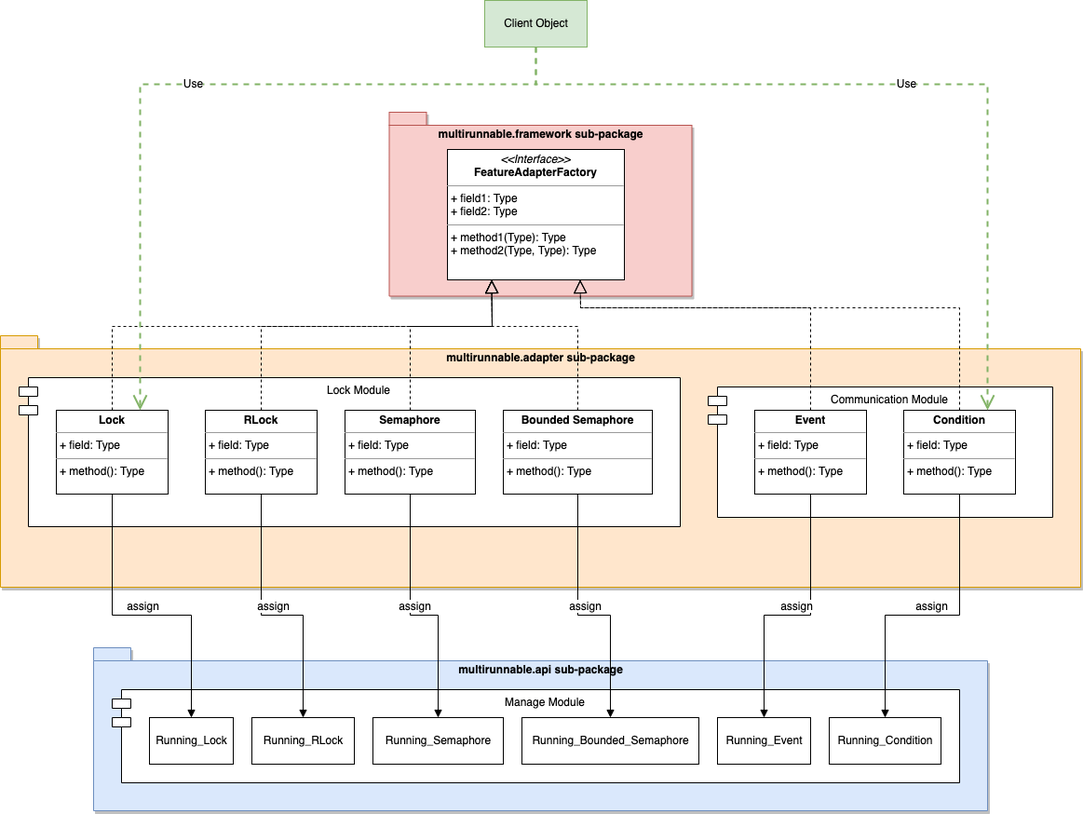
The draw.io diagram docs/multirunnable/images/architectures/MultiRunnable-Synchronization(Adapter).png in Chisanan232/multirunnable, before a commit. Source tidied: cells renumbered, new cells last; positions are measured from the earlier drawing's top-left corner, leaving out a move shared by most shapes.
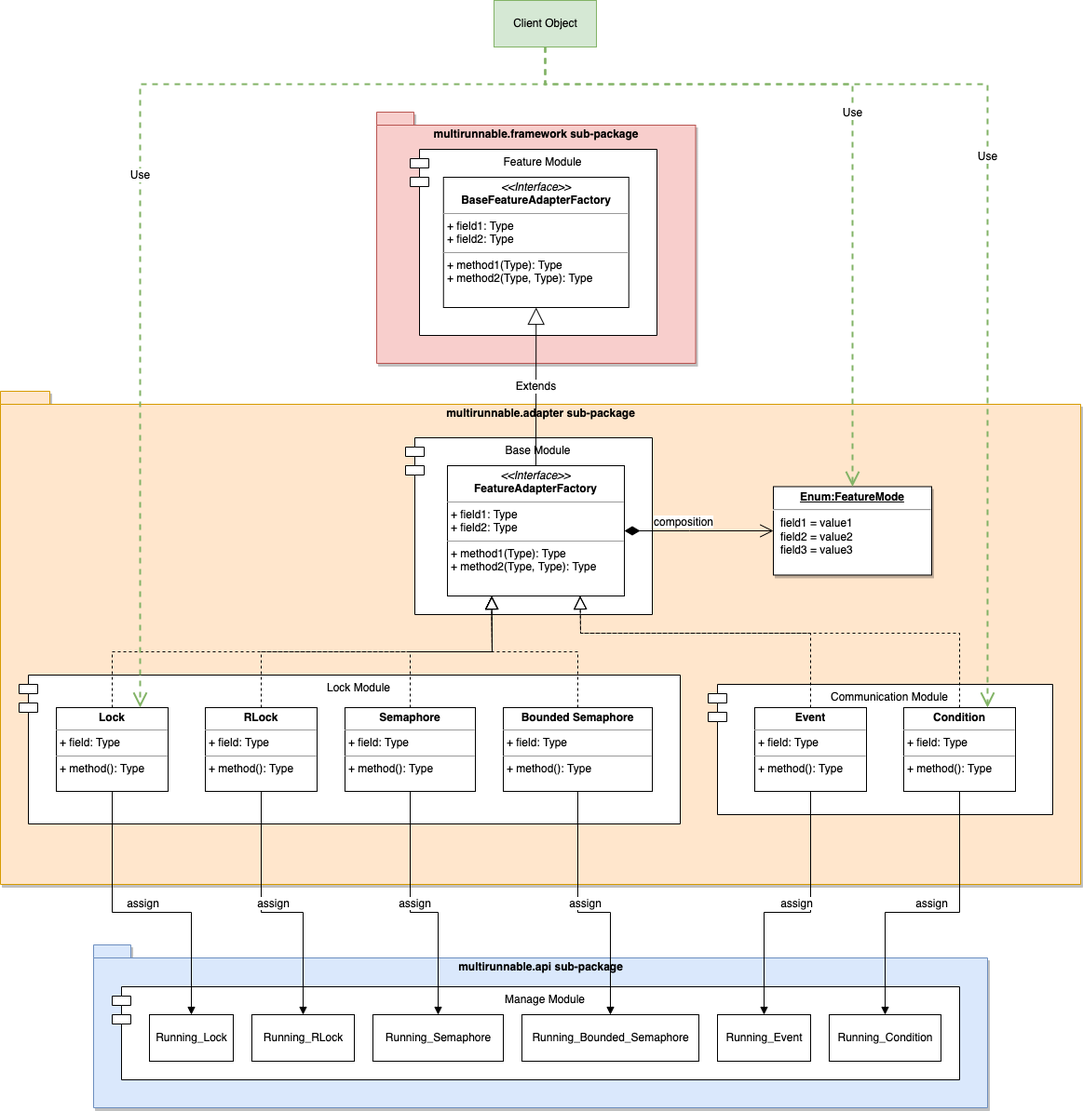
The same file after the commit.

Commit message:
Update UML of sychronization. [skip ci]

Change to the diagram source:
```diff
@@ -2,12 +2,12 @@
   <root>
     <mxCell id="0" />
     <mxCell id="1" parent="0" />
-    <mxCell id="2" value="multirunnable.framework sub-package" style="shape=folder;fontStyle=1;spacingTop=10;tabWidth=40;tabHeight=14;tabPosition=left;html=1;fontSize=12;shadow=1;sketch=0;verticalAlign=top;fillColor=#f8cecc;strokeColor=#b85450;" parent="1" vertex="1">
-      <mxGeometry x="417.5" y="120" width="325" height="197.5" as="geometry" />
-    </mxCell>
     <mxCell id="3" value="multirunnable.adapter sub-package" style="shape=folder;fontStyle=1;spacingTop=10;tabWidth=40;tabHeight=14;tabPosition=left;html=1;fontSize=12;shadow=1;sketch=0;verticalAlign=top;fillColor=#ffe6cc;strokeColor=#d79b00;" parent="1" vertex="1">
-      <mxGeometry y="360" width="1160" height="270" as="geometry" />
+      <mxGeometry y="100" width="1160" height="530" as="geometry" />
     </mxCell>
+    <mxCell id="36" value="Base Module" style="shape=module;align=left;spacingLeft=20;align=center;verticalAlign=top;fontSize=12;" parent="1" vertex="1">
+      <mxGeometry x="435" y="150" width="265" height="190" as="geometry" />
+    </mxCell>
     <mxCell id="4" value="multirunnable.api sub-package" style="shape=folder;fontStyle=1;spacingTop=10;tabWidth=40;tabHeight=14;tabPosition=left;html=1;fontSize=12;shadow=1;sketch=0;verticalAlign=top;fillColor=#dae8fc;strokeColor=#6c8ebf;" parent="1" vertex="1">
       <mxGeometry x="100" y="695" width="960" height="175" as="geometry" />
     </mxCell>
@@ -21,7 +21,7 @@
       <mxGeometry x="20" y="405" width="710" height="160" as="geometry" />
     </mxCell>
     <mxCell id="8" value="&lt;p style=&quot;margin: 0px ; margin-top: 4px ; text-align: center&quot;&gt;&lt;i&gt;&amp;lt;&amp;lt;Interface&amp;gt;&amp;gt;&lt;/i&gt;&lt;br&gt;&lt;b&gt;FeatureAdapterFactory&lt;/b&gt;&lt;/p&gt;&lt;hr size=&quot;1&quot;&gt;&lt;p style=&quot;margin: 0px ; margin-left: 4px&quot;&gt;+ field1: Type&lt;br&gt;+ field2: Type&lt;/p&gt;&lt;hr size=&quot;1&quot;&gt;&lt;p style=&quot;margin: 0px ; margin-left: 4px&quot;&gt;+ method1(Type): Type&lt;br&gt;+ method2(Type, Type): Type&lt;/p&gt;" style="verticalAlign=top;align=left;overflow=fill;fontSize=12;fontFamily=Helvetica;html=1;" parent="1" vertex="1">
-      <mxGeometry x="480" y="160" width="190" height="140" as="geometry" />
+      <mxGeometry x="480" y="180" width="190" height="140" as="geometry" />
     </mxCell>
     <mxCell id="9" value="&lt;p style=&quot;margin: 0px ; margin-top: 4px ; text-align: center&quot;&gt;&lt;b&gt;Lock&lt;/b&gt;&lt;/p&gt;&lt;hr size=&quot;1&quot;&gt;&lt;p style=&quot;margin: 0px ; margin-left: 4px&quot;&gt;+ field: Type&lt;/p&gt;&lt;hr size=&quot;1&quot;&gt;&lt;p style=&quot;margin: 0px ; margin-left: 4px&quot;&gt;+ method(): Type&lt;/p&gt;" style="verticalAlign=top;align=left;overflow=fill;fontSize=12;fontFamily=Helvetica;html=1;" parent="1" vertex="1">
       <mxGeometry x="60" y="440" width="120" height="90" as="geometry" />
@@ -44,67 +44,67 @@
     <mxCell id="15" style="endArrow=block;dashed=1;endFill=0;endSize=12;html=1;rounded=0;fontSize=12;strokeWidth=1;entryX=0.25;entryY=1;entryDx=0;entryDy=0;exitX=0.5;exitY=0;exitDx=0;exitDy=0;" parent="1" edge="1" source="9" target="8">
       <mxGeometry relative="1" as="geometry">
         <Array as="points">
-          <mxPoint x="120" y="350" />
-          <mxPoint x="528" y="350" />
+          <mxPoint x="120" y="380" />
+          <mxPoint x="528" y="380" />
         </Array>
       </mxGeometry>
     </mxCell>
     <mxCell id="16" style="endArrow=block;dashed=1;endFill=0;endSize=12;html=1;rounded=0;fontSize=12;strokeWidth=1;entryX=0.25;entryY=1;entryDx=0;entryDy=0;exitX=0.5;exitY=0;exitDx=0;exitDy=0;" parent="1" edge="1" source="10" target="8">
       <mxGeometry relative="1" as="geometry">
         <Array as="points">
-          <mxPoint x="280" y="350" />
-          <mxPoint x="528" y="350" />
+          <mxPoint x="280" y="380" />
+          <mxPoint x="528" y="380" />
         </Array>
       </mxGeometry>
     </mxCell>
     <mxCell id="17" style="endArrow=block;dashed=1;endFill=0;endSize=12;html=1;rounded=0;fontSize=12;strokeWidth=1;entryX=0.25;entryY=1;entryDx=0;entryDy=0;exitX=0.5;exitY=0;exitDx=0;exitDy=0;" parent="1" edge="1" source="11" target="8">
       <mxGeometry relative="1" as="geometry">
         <Array as="points">
-          <mxPoint x="440" y="350" />
-          <mxPoint x="528" y="350" />
+          <mxPoint x="440" y="380" />
+          <mxPoint x="528" y="380" />
         </Array>
       </mxGeometry>
     </mxCell>
     <mxCell id="18" style="endArrow=block;dashed=1;endFill=0;endSize=12;html=1;rounded=0;fontSize=12;strokeWidth=1;entryX=0.25;entryY=1;entryDx=0;entryDy=0;exitX=0.5;exitY=0;exitDx=0;exitDy=0;" parent="1" edge="1" source="12" target="8">
       <mxGeometry relative="1" as="geometry">
         <Array as="points">
-          <mxPoint x="620" y="350" />
-          <mxPoint x="528" y="350" />
+          <mxPoint x="620" y="380" />
+          <mxPoint x="528" y="380" />
         </Array>
       </mxGeometry>
     </mxCell>
     <mxCell id="19" style="endArrow=block;dashed=1;endFill=0;endSize=12;html=1;rounded=0;fontSize=12;strokeWidth=1;entryX=0.75;entryY=1;entryDx=0;entryDy=0;exitX=0.5;exitY=0;exitDx=0;exitDy=0;" parent="1" edge="1" source="13" target="8">
       <mxGeometry relative="1" as="geometry">
         <Array as="points">
-          <mxPoint x="870" y="330" />
-          <mxPoint x="623" y="330" />
+          <mxPoint x="870" y="360" />
+          <mxPoint x="623" y="360" />
         </Array>
       </mxGeometry>
     </mxCell>
     <mxCell id="20" style="endArrow=block;dashed=1;endFill=0;endSize=12;html=1;rounded=0;fontSize=12;strokeWidth=1;entryX=0.75;entryY=1;entryDx=0;entryDy=0;exitX=0.5;exitY=0;exitDx=0;exitDy=0;" parent="1" edge="1" source="14" target="8">
       <mxGeometry relative="1" as="geometry">
         <Array as="points">
-          <mxPoint x="1030" y="330" />
-          <mxPoint x="623" y="330" />
+          <mxPoint x="1030" y="360" />
+          <mxPoint x="623" y="360" />
         </Array>
       </mxGeometry>
     </mxCell>
     <mxCell id="21" value="Client Object" style="html=1;fontSize=12;fillColor=#d5e8d4;strokeColor=#82b366;" parent="1" vertex="1">
-      <mxGeometry x="520" width="110" height="50" as="geometry" />
+      <mxGeometry x="530" y="-320" width="110" height="50" as="geometry" />
     </mxCell>
     <mxCell id="22" value="Use" style="endArrow=open;endSize=12;dashed=1;html=1;rounded=0;fontSize=12;strokeWidth=2;exitX=0.5;exitY=1;exitDx=0;exitDy=0;fillColor=#d5e8d4;strokeColor=#82b366;entryX=0.75;entryY=0;entryDx=0;entryDy=0;" parent="1" edge="1" source="21" target="9">
       <mxGeometry relative="1" as="geometry">
         <Array as="points">
-          <mxPoint x="575" y="90" />
-          <mxPoint x="150" y="90" />
+          <mxPoint x="585" y="-230" />
+          <mxPoint x="150" y="-230" />
         </Array>
       </mxGeometry>
     </mxCell>
     <mxCell id="23" value="Use" style="endArrow=open;endSize=12;dashed=1;html=1;rounded=0;fontSize=12;strokeWidth=2;exitX=0.5;exitY=1;exitDx=0;exitDy=0;fillColor=#d5e8d4;strokeColor=#82b366;entryX=0.75;entryY=0;entryDx=0;entryDy=0;" parent="1" edge="1" source="21" target="14">
       <mxGeometry relative="1" as="geometry">
         <Array as="points">
-          <mxPoint x="575" y="90" />
-          <mxPoint x="1060" y="90" />
+          <mxPoint x="585" y="-230" />
+          <mxPoint x="1060" y="-230" />
         </Array>
       </mxGeometry>
     </mxCell>
@@ -174,5 +174,36 @@
         </Array>
       </mxGeometry>
     </mxCell>
+    <mxCell id="37" value="&lt;p style=&quot;margin: 0px ; margin-top: 4px ; text-align: center ; text-decoration: underline&quot;&gt;&lt;b&gt;Enum:FeatureMode&lt;/b&gt;&lt;/p&gt;&lt;hr&gt;&lt;p style=&quot;margin: 0px ; margin-left: 8px&quot;&gt;field1 = value1&lt;br&gt;field2 = value2&lt;br&gt;field3 = value3&lt;/p&gt;" style="verticalAlign=top;align=left;overflow=fill;fontSize=12;fontFamily=Helvetica;html=1;shadow=1;sketch=0;gradientColor=none;" parent="1" vertex="1">
+      <mxGeometry x="830" y="202.5" width="170" height="95" as="geometry" />
+    </mxCell>
+    <mxCell id="38" value="composition" style="endArrow=open;html=1;endSize=12;startArrow=diamondThin;startSize=14;startFill=1;edgeStyle=orthogonalEdgeStyle;align=left;verticalAlign=bottom;rounded=0;fontSize=12;strokeWidth=1;exitX=1;exitY=0.5;exitDx=0;exitDy=0;entryX=0;entryY=0.5;entryDx=0;entryDy=0;fillColor=#d5e8d4;strokeColor=#000000;" parent="1" edge="1" source="8" target="37">
+      <mxGeometry x="-0.62" relative="1" as="geometry">
+        <Array as="points">
+          <mxPoint x="740" y="250" />
+          <mxPoint x="740" y="250" />
+        </Array>
+      </mxGeometry>
+    </mxCell>
+    <mxCell id="39" value="Use" style="endArrow=open;endSize=12;dashed=1;html=1;rounded=0;fontSize=12;strokeWidth=2;exitX=0.5;exitY=1;exitDx=0;exitDy=0;fillColor=#d5e8d4;strokeColor=#82b366;entryX=0.5;entryY=0;entryDx=0;entryDy=0;" parent="1" edge="1" source="21" target="37">
+      <mxGeometry relative="1" as="geometry">
+        <Array as="points">
+          <mxPoint x="585" y="-230" />
+          <mxPoint x="915" y="-230" />
+        </Array>
+      </mxGeometry>
+    </mxCell>
+    <mxCell id="2" value="multirunnable.framework sub-package" style="shape=folder;fontStyle=1;spacingTop=10;tabWidth=40;tabHeight=14;tabPosition=left;html=1;fontSize=12;shadow=1;sketch=0;verticalAlign=top;fillColor=#f8cecc;strokeColor=#b85450;" parent="1" vertex="1">
+      <mxGeometry x="404" y="-200" width="342.5" height="270" as="geometry" />
+    </mxCell>
+    <mxCell id="40" value="Feature Module" style="shape=module;align=left;spacingLeft=20;align=center;verticalAlign=top;fontSize=12;" parent="1" vertex="1">
+      <mxGeometry x="440" y="-160" width="265" height="200" as="geometry" />
+    </mxCell>
+    <mxCell id="41" value="&lt;p style=&quot;margin: 0px ; margin-top: 4px ; text-align: center&quot;&gt;&lt;i&gt;&amp;lt;&amp;lt;Interface&amp;gt;&amp;gt;&lt;/i&gt;&lt;br&gt;&lt;b&gt;BaseFeatureAdapterFactory&lt;/b&gt;&lt;/p&gt;&lt;hr size=&quot;1&quot;&gt;&lt;p style=&quot;margin: 0px ; margin-left: 4px&quot;&gt;+ field1: Type&lt;br&gt;+ field2: Type&lt;/p&gt;&lt;hr size=&quot;1&quot;&gt;&lt;p style=&quot;margin: 0px ; margin-left: 4px&quot;&gt;+ method1(Type): Type&lt;br&gt;+ method2(Type, Type): Type&lt;/p&gt;" style="verticalAlign=top;align=left;overflow=fill;fontSize=12;fontFamily=Helvetica;html=1;" parent="1" vertex="1">
+      <mxGeometry x="475.8" y="-130" width="199" height="140" as="geometry" />
+    </mxCell>
+    <mxCell id="42" value="Extends" style="endArrow=block;endSize=16;endFill=0;html=1;rounded=0;fontSize=12;strokeWidth=1;entryX=0.5;entryY=1;entryDx=0;entryDy=0;exitX=0.5;exitY=0;exitDx=0;exitDy=0;" parent="1" edge="1" source="8" target="41">
+      <mxGeometry relative="1" as="geometry" />
+    </mxCell>
   </root>
 </mxGraphModel>
```
